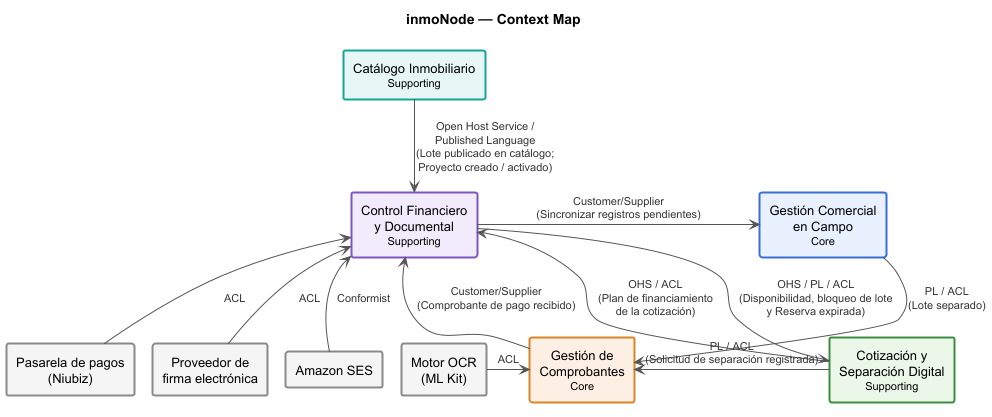
Earlier version of the PlantUML export assets/cap2/Context-Map.png (1ACC0238-2620-13981-NovaCorp-InmoNode/InmoNode-Project-Report). Source of this version:
```plantuml
@startuml
!pragma layout smetana
skinparam backgroundColor white
skinparam componentStyle rectangle
skinparam defaultTextAlignment center
skinparam component {
  FontSize 13
  BorderThickness 2
}
skinparam arrow {
  Color #555555
  FontColor #333333
  FontSize 11
}

title inmoNode — Context Map

component "Catálogo Inmobiliario\n<size:11>Supporting</size>" as CAT #E6F7F5;line:17A398
component "Gestión Comercial\nen Campo\n<size:11>Core</size>" as GCC #E8F0FE;line:3B6FD6
component "Gestión de\nComprobantes\n<size:11>Core</size>" as GC #FDEFE3;line:D98527
component "Cotización y\nSeparación Digital\n<size:11>Supporting</size>" as CSD #EAF6E9;line:3C8C40
component "Control Financiero\ny Documental\n<size:11>Supporting</size>" as CFD #F1EAFB;line:7E57C2

component "Motor OCR\n(ML Kit)" as OCR #F5F5F5;line:888888
component "Pasarela de pagos\n(Niubiz)" as PAY #F5F5F5;line:888888
component "Proveedor de\nfirma electrónica" as SIGN #F5F5F5;line:888888
component "Amazon SES" as SES #F5F5F5;line:888888

CAT -down-> CFD : "Open Host Service /\nPublished Language\n(Lote publicado en catálogo;\nProyecto creado / activado)"
CFD -right-> GCC : "Customer/Supplier\n(Sincronizar registros pendientes)"
CFD -down-> CSD : "OHS / PL / ACL\n(Disponibilidad, bloqueo de lote\ny Reserva expirada)"
CSD -up-> CFD : "OHS / ACL\n(Plan de financiamiento\nde la cotización)"
GCC -down-> GC : "PL / ACL\n(Lote separado)"
CSD -left-> GC : "PL / ACL\n(Solicitud de separación registrada)"
GC -up-> CFD : "Customer/Supplier\n(Comprobante de pago recibido)"

OCR -right-> GC : "ACL"
PAY -up-> CFD : "ACL"
SIGN -up-> CFD : "ACL"
SES -up-> CFD : "Conformist"

@enduml
```
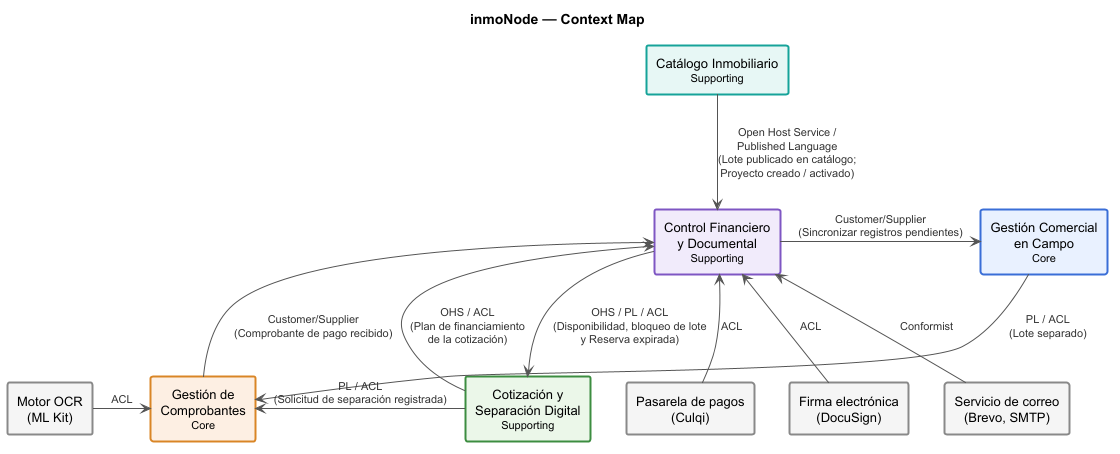
Above is the later version.

Commit message:
docs(chapter-2): Update bounded context diagrams

The edit, as a diff of the source:
```diff
@@ -1,5 +1,4 @@
 @startuml
-!pragma layout smetana
 skinparam backgroundColor white
 skinparam componentStyle rectangle
 skinparam defaultTextAlignment center
@@ -22,9 +21,9 @@
 component "Control Financiero\ny Documental\n<size:11>Supporting</size>" as CFD #F1EAFB;line:7E57C2
 
 component "Motor OCR\n(ML Kit)" as OCR #F5F5F5;line:888888
-component "Pasarela de pagos\n(Niubiz)" as PAY #F5F5F5;line:888888
-component "Proveedor de\nfirma electrónica" as SIGN #F5F5F5;line:888888
-component "Amazon SES" as SES #F5F5F5;line:888888
+component "Pasarela de pagos\n(Culqi)" as PAY #F5F5F5;line:888888
+component "Firma electrónica\n(DocuSign)" as SIGN #F5F5F5;line:888888
+component "Servicio de correo\n(Brevo, SMTP)" as MAIL #F5F5F5;line:888888
 
 CAT -down-> CFD : "Open Host Service /\nPublished Language\n(Lote publicado en catálogo;\nProyecto creado / activado)"
 CFD -right-> GCC : "Customer/Supplier\n(Sincronizar registros pendientes)"
@@ -37,6 +36,6 @@
 OCR -right-> GC : "ACL"
 PAY -up-> CFD : "ACL"
 SIGN -up-> CFD : "ACL"
-SES -up-> CFD : "Conformist"
+MAIL -up-> CFD : "Conformist"
 
 @enduml
```
